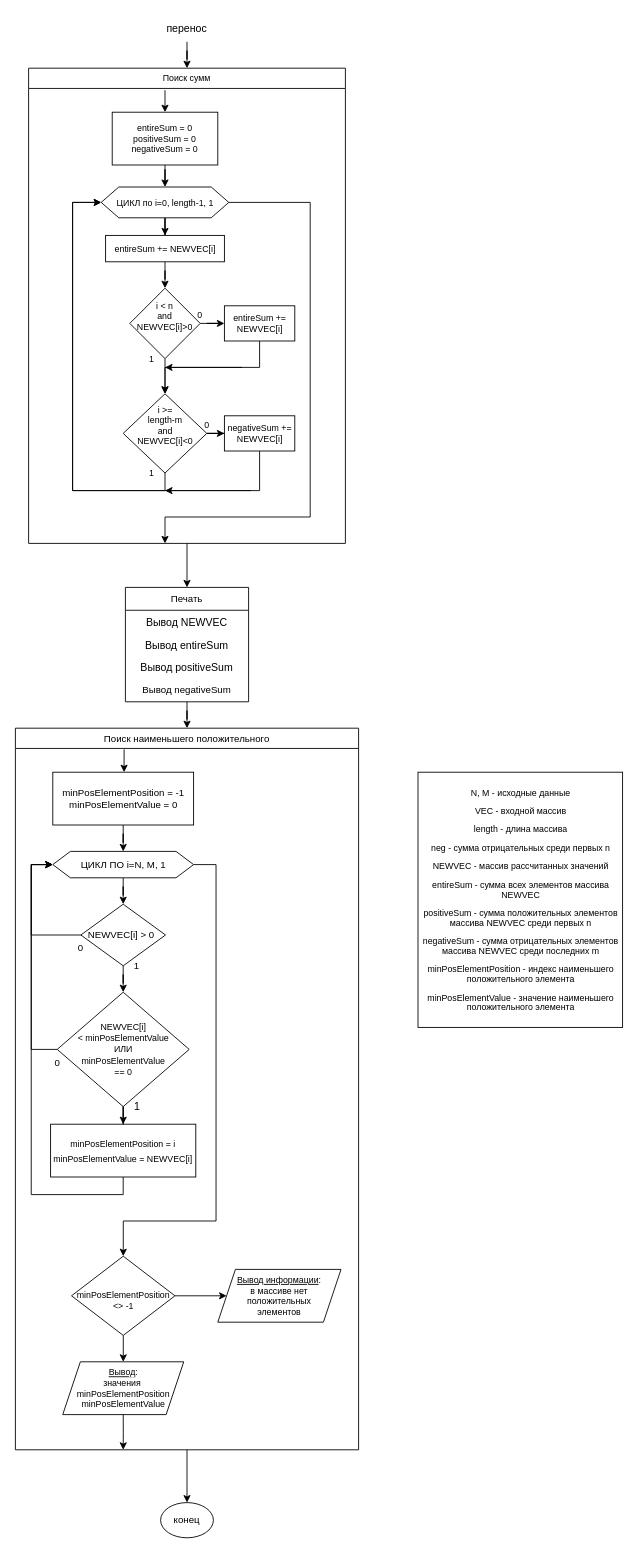
eldarbr/silver-funicular keeps this draw.io diagram as page "Страница 2" (2 of 3) of lr3/text/диаграмма.drawio. Above is the earlier version. Source tidied: cells renumbered, new cells numbered last; positions are measured from the earlier drawing's top-left corner, leaving out a move shared by most shapes. Both pictures are drawn from the tidied source at 88%, with x=0, y=0 at pixel (15, 15).
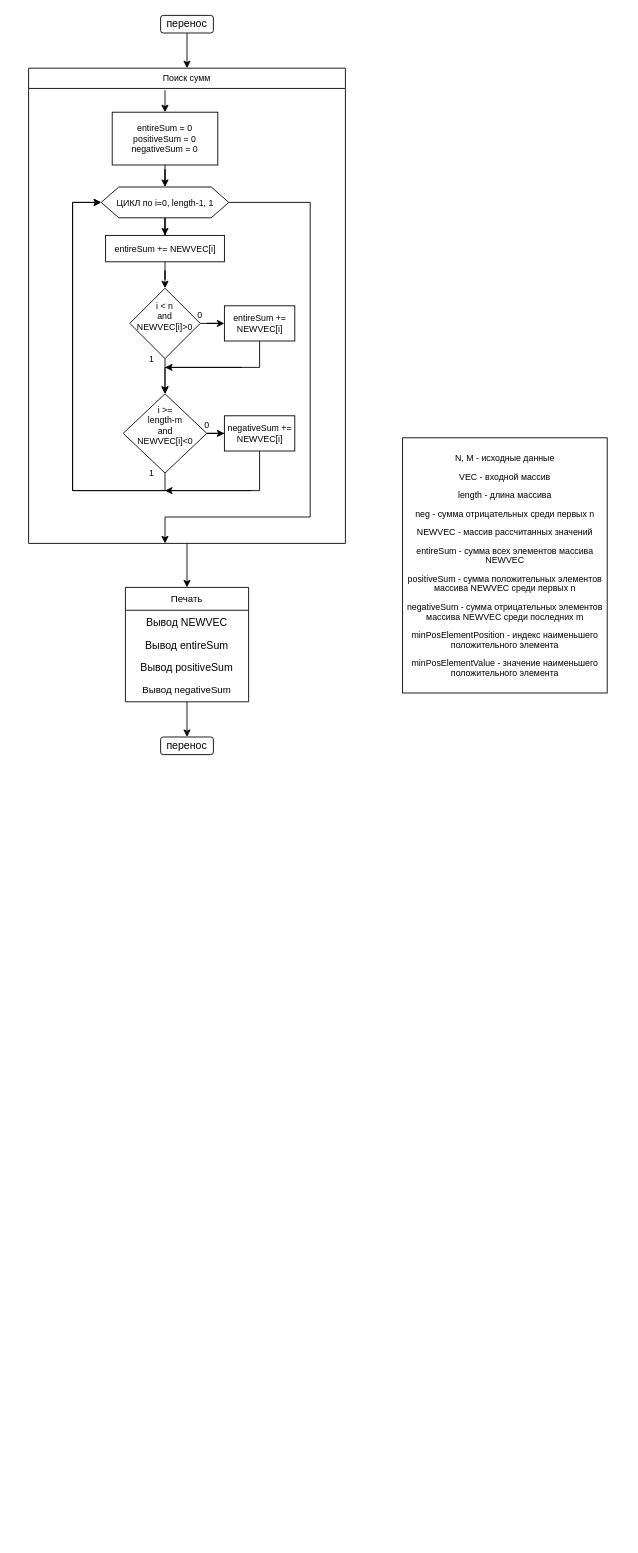
The same page after the edit.

The change refers to these unchanged cells:
```xml
<mxCell id="3" value="Печать" style="swimlane;fontStyle=0;horizontal=1;startSize=26;fillColor=none;fontSize=11;align=center;" parent="1" vertex="1">
  <mxGeometry x="125" y="650" width="140" height="130" as="geometry" />
</mxCell>
<mxCell id="35" value="Поиск сумм" style="swimlane;fontSize=10;align=center;fontStyle=0;" parent="1" vertex="1">
  <mxGeometry x="15" y="60" width="360" height="540" as="geometry" />
</mxCell>
```

Diff of the diagram source:
```diff
@@
-    <mxCell id="2" style="edgeStyle=orthogonalEdgeStyle;rounded=0;jettySize=auto;html=1;entryX=0.5;entryY=0;entryDx=0;entryDy=0;fontSize=11;" parent="1" edge="1" source="3" target="9">
-      <mxGeometry relative="1" as="geometry" />
-    </mxCell>
+    <mxCell id="63" style="edgeStyle=orthogonalEdgeStyle;rounded=0;jettySize=auto;html=1;entryX=0.5;entryY=0;entryDx=0;entryDy=0;" parent="1" edge="1" source="3" target="65">
+      <mxGeometry relative="1" as="geometry" />
+    </mxCell>
@@
-    <mxCell id="8" style="edgeStyle=orthogonalEdgeStyle;rounded=0;jettySize=auto;html=1;fontSize=10;entryX=0.5;entryY=0;entryDx=0;entryDy=0;" parent="1" edge="1" source="9" target="32">
-      <mxGeometry relative="1" as="geometry" />
-    </mxCell>
-    <mxCell id="9" value="Поиск наименьшего положительного" style="swimlane;fontSize=11;align=center;fontStyle=0;" parent="1" vertex="1">
-      <mxGeometry y="810" width="390" height="820" as="geometry" />
-    </mxCell>
-    <mxCell id="10" style="endArrow=classic;html=1;fontSize=11;entryX=0.5;entryY=0;entryDx=0;entryDy=0;" parent="9" edge="1">
-      <mxGeometry relative="1" as="geometry">
-        <mxPoint x="123.5" y="24" as="sourcePoint" />
-        <mxPoint x="123.5" y="50" as="targetPoint" />
-      </mxGeometry>
-    </mxCell>
-    <mxCell id="11" style="edgeStyle=orthogonalEdgeStyle;rounded=0;jettySize=auto;html=1;entryX=0.5;entryY=0;entryDx=0;entryDy=0;fontSize=11;" parent="9" edge="1" source="13" target="18">
-      <mxGeometry relative="1" as="geometry" />
-    </mxCell>
-    <mxCell id="12" style="edgeStyle=orthogonalEdgeStyle;rounded=0;jettySize=auto;html=1;entryX=0.5;entryY=0;entryDx=0;entryDy=0;fontSize=10;exitX=1;exitY=0.5;exitDx=0;exitDy=0;" parent="9" edge="1" source="13" target="27">
-      <mxGeometry relative="1" as="geometry">
-        <Array as="points">
-          <mxPoint x="228" y="155" />
-          <mxPoint x="228" y="560" />
-          <mxPoint x="123" y="560" />
-        </Array>
-      </mxGeometry>
-    </mxCell>
-    <mxCell id="13" value="ЦИКЛ ПО i=N, M, 1" style="shape=hexagon;perimeter=hexagonPerimeter2;whiteSpace=wrap;html=1;fixedSize=1;fontSize=11;align=center;" parent="9" vertex="1">
-      <mxGeometry x="42.5" y="140" width="160" height="30" as="geometry" />
-    </mxCell>
-    <mxCell id="14" style="edgeStyle=orthogonalEdgeStyle;rounded=0;jettySize=auto;html=1;entryX=0.5;entryY=0;entryDx=0;entryDy=0;fontSize=11;" parent="9" edge="1" source="15" target="13">
-      <mxGeometry relative="1" as="geometry" />
-    </mxCell>
-    <mxCell id="15" value="minPosElementPosition = -1&lt;br&gt;minPosElementValue = 0" style="rounded=0;whiteSpace=wrap;html=1;fontSize=11;align=center;" parent="9" vertex="1">
-      <mxGeometry x="42.5" y="50" width="160" height="60" as="geometry" />
-    </mxCell>
-    <mxCell id="16" style="edgeStyle=orthogonalEdgeStyle;rounded=0;jettySize=auto;html=1;entryX=0.5;entryY=0;entryDx=0;entryDy=0;fontSize=11;" parent="9" edge="1" source="18" target="20">
-      <mxGeometry relative="1" as="geometry" />
-    </mxCell>
-    <mxCell id="17" value="0" style="edgeStyle=orthogonalEdgeStyle;rounded=0;jettySize=auto;html=1;entryX=0;entryY=0.5;entryDx=0;entryDy=0;fontSize=11;exitX=0;exitY=0.5;exitDx=0;exitDy=0;" parent="9" edge="1" source="18" target="13">
-      <mxGeometry x="-1" y="15" relative="1" as="geometry">
-        <Array as="points">
-          <mxPoint x="18" y="235" />
-          <mxPoint x="18" y="155" />
-        </Array>
-      </mxGeometry>
-    </mxCell>
-    <mxCell id="18" value="NEWVEC[i] &amp;gt; 0&amp;nbsp;" style="rhombus;whiteSpace=wrap;html=1;fontSize=11;align=center;" parent="9" vertex="1">
-      <mxGeometry x="74.4" y="200" width="96.2" height="70" as="geometry" />
-    </mxCell>
-    <mxCell id="19" style="edgeStyle=orthogonalEdgeStyle;rounded=0;jettySize=auto;html=1;entryX=0;entryY=0.5;entryDx=0;entryDy=0;fontSize=11;exitX=0;exitY=0.5;exitDx=0;exitDy=0;" parent="9" edge="1" source="20" target="13">
-      <mxGeometry relative="1" as="geometry">
-        <Array as="points">
-          <mxPoint x="18" y="365" />
-          <mxPoint x="18" y="155" />
-        </Array>
-      </mxGeometry>
-    </mxCell>
-    <mxCell id="20" value="&lt;span style=&quot;font-size: 10px&quot;&gt;NEWVEC[i]&lt;br&gt;&amp;lt; minPosElementValue&lt;br&gt;ИЛИ&lt;br&gt;minPosElementValue&lt;br&gt;== 0&lt;br&gt;&lt;/span&gt;" style="rhombus;whiteSpace=wrap;html=1;fontSize=11;align=center;" parent="9" vertex="1">
-      <mxGeometry x="47.5" y="300" width="150" height="130" as="geometry" />
-    </mxCell>
-    <mxCell id="21" value="1" style="text;html=1;strokeColor=none;fillColor=none;align=center;verticalAlign=middle;whiteSpace=wrap;rounded=0;fontSize=11;" parent="9" vertex="1">
-      <mxGeometry x="117.5" y="260" width="40" height="20" as="geometry" />
-    </mxCell>
-    <mxCell id="22" value="0" style="text;html=1;strokeColor=none;fillColor=none;align=center;verticalAlign=middle;whiteSpace=wrap;rounded=0;fontSize=11;" parent="9" vertex="1">
-      <mxGeometry x="27.5" y="370" width="40" height="20" as="geometry" />
-    </mxCell>
-    <mxCell id="23" style="edgeStyle=orthogonalEdgeStyle;rounded=0;jettySize=auto;html=1;entryX=0;entryY=0.5;entryDx=0;entryDy=0;fontSize=11;" parent="9" edge="1" source="24" target="13">
-      <mxGeometry relative="1" as="geometry">
-        <Array as="points">
-          <mxPoint x="123" y="530" />
-          <mxPoint x="18" y="530" />
-          <mxPoint x="18" y="155" />
-        </Array>
-      </mxGeometry>
-    </mxCell>
-    <mxCell id="24" value="&lt;p style=&quot;line-height: 170%&quot;&gt;minPosElementPosition = i&lt;br style=&quot;font-size: 10px&quot;&gt;minPosElementValue = NEWVEC[i]&lt;/p&gt;" style="whiteSpace=wrap;html=1;fontSize=10;" parent="9" vertex="1">
-      <mxGeometry x="40" y="450" width="165" height="60" as="geometry" />
-    </mxCell>
-    <mxCell id="25" style="edgeStyle=orthogonalEdgeStyle;rounded=0;jettySize=auto;html=1;fontSize=11;" parent="9" edge="1" source="20" target="24">
-      <mxGeometry relative="1" as="geometry" />
-    </mxCell>
-    <mxCell id="26" style="edgeStyle=orthogonalEdgeStyle;rounded=0;jettySize=auto;html=1;entryX=0.5;entryY=0;entryDx=0;entryDy=0;fontSize=10;" parent="9" edge="1" source="27" target="28">
-      <mxGeometry relative="1" as="geometry" />
-    </mxCell>
-    <mxCell id="27" value="minPosElementPosition&lt;br&gt;&amp;lt;&amp;gt; -1" style="rhombus;whiteSpace=wrap;html=1;fontSize=10;align=center;spacingTop=10;" parent="9" vertex="1">
-      <mxGeometry x="63.8" y="600" width="117.5" height="90" as="geometry" />
-    </mxCell>
-    <mxCell id="28" value="&lt;u&gt;Вывод&lt;/u&gt;:&lt;br&gt;значения&amp;nbsp;&lt;br&gt;minPosElementPosition&lt;br&gt;minPosElementValue" style="shape=parallelogram;perimeter=parallelogramPerimeter;whiteSpace=wrap;html=1;fixedSize=1;fontSize=10;align=center;" parent="9" vertex="1">
-      <mxGeometry x="53.8" y="720" width="137.5" height="60" as="geometry" />
-    </mxCell>
-    <mxCell id="29" value="&lt;u&gt;Вывод информации&lt;/u&gt;:&lt;br&gt;в массиве нет положительных&lt;br&gt;элементов" style="shape=parallelogram;perimeter=parallelogramPerimeter;whiteSpace=wrap;html=1;fixedSize=1;fontSize=10;spacingTop=0;" parent="9" vertex="1">
-      <mxGeometry x="230" y="615" width="140" height="60" as="geometry" />
-    </mxCell>
-    <mxCell id="30" style="edgeStyle=orthogonalEdgeStyle;rounded=0;jettySize=auto;html=1;fontSize=10;" parent="9" edge="1" source="27" target="29">
-      <mxGeometry relative="1" as="geometry" />
-    </mxCell>
-    <mxCell id="31" value="1" style="text;html=1;align=center;verticalAlign=middle;strokeColor=none;fillColor=none;" parent="9" vertex="1">
-      <mxGeometry x="127.5" y="420" width="20" height="20" as="geometry" />
-    </mxCell>
-    <mxCell id="32" value="конец" style="ellipse;whiteSpace=wrap;html=1;fontSize=11;align=center;" parent="1" vertex="1">
-      <mxGeometry x="165" y="1690" width="60" height="40" as="geometry" />
-    </mxCell>
-    <mxCell id="33" value="&lt;p style=&quot;line-height: 110%&quot;&gt;N, M - исходные данные&lt;/p&gt;&lt;p style=&quot;line-height: 110%&quot;&gt;&lt;span&gt;VEC - входной массив&lt;/span&gt;&lt;/p&gt;&lt;p style=&quot;line-height: 110%&quot;&gt;length - длина массива&lt;/p&gt;&lt;p style=&quot;line-height: 110%&quot;&gt;neg - сумма отрицательных среди первых n&lt;/p&gt;&lt;p style=&quot;line-height: 110%&quot;&gt;NEWVEC - массив рассчитанных значений&lt;/p&gt;&lt;p style=&quot;line-height: 110%&quot;&gt;entireSum - сумма всех элементов массива NEWVEC&lt;/p&gt;&lt;p style=&quot;line-height: 110%&quot;&gt;positiveSum - сумма положительных элементов массива NEWVEC среди первых n&lt;/p&gt;&lt;p style=&quot;line-height: 110%&quot;&gt;negativeSum - сумма отрицательных элементов массива NEWVEC среди последних m&lt;/p&gt;&lt;p style=&quot;line-height: 110%&quot;&gt;minPosElementPosition - индекс наименьшего положительного элемента&lt;/p&gt;&lt;p style=&quot;line-height: 110%&quot;&gt;minPosElementValue - значение наименьшего положительного элемента&lt;/p&gt;" style="rounded=0;whiteSpace=wrap;html=1;fontSize=10;align=center;" parent="1" vertex="1">
-      <mxGeometry x="457.5" y="860" width="232.5" height="290" as="geometry" />
-    </mxCell>
@@
-    <mxCell id="60" style="edgeStyle=orthogonalEdgeStyle;rounded=0;jettySize=auto;html=1;exitX=0.5;exitY=1;exitDx=0;exitDy=0;" parent="1" edge="1" source="28">
-      <mxGeometry relative="1" as="geometry">
-        <mxPoint x="122.5" y="1630" as="targetPoint" />
-      </mxGeometry>
-    </mxCell>
-    <mxCell id="61" style="edgeStyle=orthogonalEdgeStyle;rounded=0;jettySize=auto;html=1;entryX=0.5;entryY=0;entryDx=0;entryDy=0;" parent="1" edge="1" source="62" target="35">
+    <mxCell id="61" style="edgeStyle=orthogonalEdgeStyle;rounded=0;jettySize=auto;html=1;entryX=0.5;entryY=0;entryDx=0;entryDy=0;exitX=0.5;exitY=1;exitDx=0;exitDy=0;" parent="1" edge="1" source="64" target="35">
       <mxGeometry relative="1" as="geometry" />
     </mxCell>
-    <mxCell id="62" value="перенос" style="text;html=1;strokeColor=none;fillColor=none;align=center;verticalAlign=middle;whiteSpace=wrap;rounded=0;" parent="1" vertex="1">
-      <mxGeometry x="165" width="60" height="30" as="geometry" />
-    </mxCell>
+    <mxCell id="64" value="перенос" style="rounded=1;whiteSpace=wrap;html=1;" parent="1" vertex="1">
+      <mxGeometry x="165" width="60" height="20" as="geometry" />
+    </mxCell>
+    <mxCell id="65" value="перенос" style="rounded=1;whiteSpace=wrap;html=1;" parent="1" vertex="1">
+      <mxGeometry x="165" y="820" width="60" height="20" as="geometry" />
+    </mxCell>
+    <mxCell id="33" value="&lt;p style=&quot;line-height: 110%&quot;&gt;N, M - исходные данные&lt;/p&gt;&lt;p style=&quot;line-height: 110%&quot;&gt;&lt;span&gt;VEC - входной массив&lt;/span&gt;&lt;/p&gt;&lt;p style=&quot;line-height: 110%&quot;&gt;length - длина массива&lt;/p&gt;&lt;p style=&quot;line-height: 110%&quot;&gt;neg - сумма отрицательных среди первых n&lt;/p&gt;&lt;p style=&quot;line-height: 110%&quot;&gt;NEWVEC - массив рассчитанных значений&lt;/p&gt;&lt;p style=&quot;line-height: 110%&quot;&gt;entireSum - сумма всех элементов массива NEWVEC&lt;/p&gt;&lt;p style=&quot;line-height: 110%&quot;&gt;positiveSum - сумма положительных элементов массива NEWVEC среди первых n&lt;/p&gt;&lt;p style=&quot;line-height: 110%&quot;&gt;negativeSum - сумма отрицательных элементов массива NEWVEC среди последних m&lt;/p&gt;&lt;p style=&quot;line-height: 110%&quot;&gt;minPosElementPosition - индекс наименьшего положительного элемента&lt;/p&gt;&lt;p style=&quot;line-height: 110%&quot;&gt;minPosElementValue - значение наименьшего положительного элемента&lt;/p&gt;" style="rounded=0;whiteSpace=wrap;html=1;fontSize=10;align=center;" parent="1" vertex="1">
+      <mxGeometry x="440" y="480" width="232.5" height="290" as="geometry" />
+    </mxCell>
```
